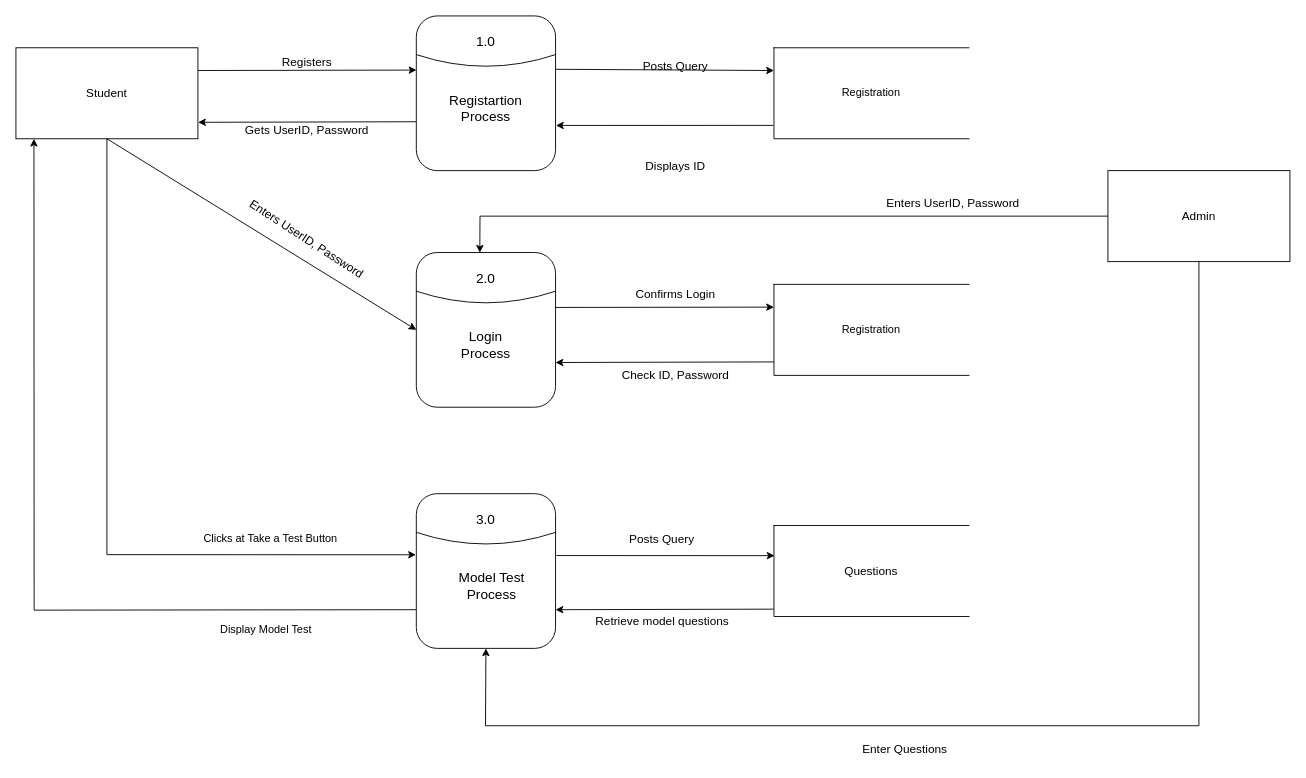
The draw.io diagram static/Project Diagram/DFD - Level 1.drawio in sainisoftravi/online_entrance, before the edit. Source tidied: cells renumbered, new cells numbered last; positions are measured from the earlier drawing's top-left corner, leaving out a move shared by most shapes. Both pictures are drawn from the tidied source at 91%, with x=0, y=0 at pixel (15, 15).
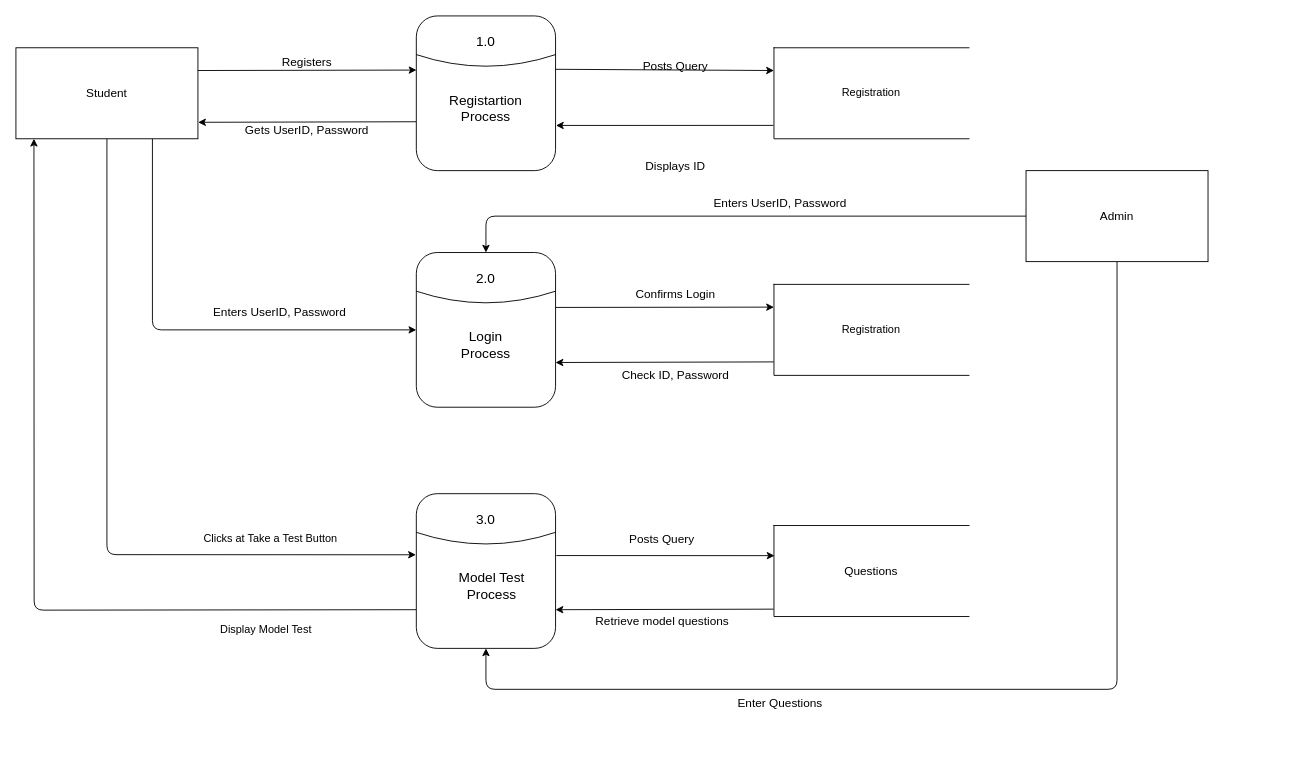
After the change.

The change refers to these unchanged cells:
```xml
<mxCell id="2" value="&lt;font style=&quot;font-size: 13px;&quot;&gt;Student&lt;/font&gt;" style="rounded=0;whiteSpace=wrap;html=1;" parent="1" vertex="1">
  <mxGeometry y="35" width="200" height="100" as="geometry" />
</mxCell>
<mxCell id="30" style="rounded=1;whiteSpace=wrap;html=1;" parent="29" vertex="1">
  <mxGeometry width="153" height="170" as="geometry" />
</mxCell>
<mxCell id="35" style="rounded=1;whiteSpace=wrap;html=1;" parent="34" vertex="1">
  <mxGeometry width="153" height="170" as="geometry" />
</mxCell>
```

The edit, as a diff of the source:
```diff
@@
+    <mxCell id="7" style="edgeStyle=orthogonalEdgeStyle;rounded=1;jettySize=auto;html=1;exitX=0.75;exitY=1;exitDx=0;exitDy=0;entryX=0;entryY=0.5;entryDx=0;entryDy=0;" parent="1" edge="1" source="2" target="30">
+      <mxGeometry relative="1" as="geometry" />
+    </mxCell>
@@
-    <mxCell id="7" style="endArrow=classic;html=1;rounded=0;exitX=0.5;exitY=1;exitDx=0;exitDy=0;entryX=0;entryY=0.5;entryDx=0;entryDy=0;" parent="1" edge="1" source="2" target="30">
-      <mxGeometry relative="1" as="geometry" />
-    </mxCell>
-    <mxCell id="8" value="&lt;font style=&quot;font-size: 13px;&quot;&gt;Enters UserID, Password&lt;/font&gt;" style="text;html=1;strokeColor=none;fillColor=none;align=center;verticalAlign=middle;whiteSpace=wrap;rounded=0;rotation=33;" parent="1" vertex="1">
-      <mxGeometry x="230" y="230" width="180" height="30" as="geometry" />
+    <mxCell id="8" value="&lt;font style=&quot;font-size: 13px;&quot;&gt;Enters UserID, Password&lt;/font&gt;" style="text;html=1;strokeColor=none;fillColor=none;align=center;verticalAlign=middle;whiteSpace=wrap;rounded=0;rotation=0;" parent="1" vertex="1">
+      <mxGeometry x="200" y="310" width="180" height="30" as="geometry" />
     </mxCell>
-    <mxCell id="9" style="endArrow=classic;html=1;rounded=0;exitX=0.5;exitY=1;exitDx=0;exitDy=0;entryX=-0.003;entryY=0.395;entryDx=0;entryDy=0;entryPerimeter=0;" parent="1" edge="1" source="2" target="35">
+    <mxCell id="9" style="endArrow=classic;html=1;rounded=1;exitX=0.5;exitY=1;exitDx=0;exitDy=0;entryX=-0.003;entryY=0.395;entryDx=0;entryDy=0;entryPerimeter=0;" parent="1" edge="1" source="2" target="35">
       <mxGeometry relative="1" as="geometry">
         <Array as="points">
           <mxPoint x="100" y="592" />
         </Array>
       </mxGeometry>
     </mxCell>
@@
-    <mxCell id="11" style="endArrow=classic;html=1;rounded=0;exitX=0;exitY=0.75;exitDx=0;exitDy=0;entryX=0.099;entryY=1;entryDx=0;entryDy=0;entryPerimeter=0;" parent="1" edge="1" source="35" target="2">
+    <mxCell id="11" style="endArrow=classic;html=1;rounded=1;exitX=0;exitY=0.75;exitDx=0;exitDy=0;entryX=0.099;entryY=1;entryDx=0;entryDy=0;entryPerimeter=0;" parent="1" edge="1" source="35" target="2">
       <mxGeometry relative="1" as="geometry">
         <Array as="points">
           <mxPoint x="20" y="653" />
         </Array>
       </mxGeometry>
     </mxCell>
@@
+    <mxCell id="46" style="edgeStyle=orthogonalEdgeStyle;rounded=1;jettySize=auto;html=1;exitX=0.5;exitY=1;exitDx=0;exitDy=0;entryX=0.5;entryY=1;entryDx=0;entryDy=0;" parent="1" edge="1" source="43" target="35">
+      <mxGeometry relative="1" as="geometry">
+        <Array as="points">
+          <mxPoint x="1210" y="740" />
+          <mxPoint x="517" y="740" />
+        </Array>
+      </mxGeometry>
+    </mxCell>
+    <mxCell id="44" style="edgeStyle=orthogonalEdgeStyle;rounded=1;jettySize=auto;html=1;exitX=0;exitY=0.5;exitDx=0;exitDy=0;entryX=0.5;entryY=0;entryDx=0;entryDy=0;" parent="1" edge="1" source="43" target="30">
+      <mxGeometry relative="1" as="geometry" />
+    </mxCell>
     <mxCell id="43" value="&lt;font style=&quot;font-size: 13px;&quot;&gt;Admin&lt;/font&gt;" style="rounded=0;whiteSpace=wrap;html=1;" parent="1" vertex="1">
-      <mxGeometry x="1200" y="170" width="200" height="100" as="geometry" />
+      <mxGeometry x="1110" y="170" width="200" height="100" as="geometry" />
     </mxCell>
-    <mxCell id="44" style="endArrow=classic;html=1;rounded=0;exitX=0;exitY=0.5;exitDx=0;exitDy=0;entryX=0.456;entryY=0.001;entryDx=0;entryDy=0;entryPerimeter=0;" parent="1" edge="1" source="43" target="30">
-      <mxGeometry relative="1" as="geometry">
-        <Array as="points">
-          <mxPoint x="510" y="220" />
-        </Array>
-      </mxGeometry>
-    </mxCell>
     <mxCell id="45" value="&lt;font style=&quot;font-size: 13px;&quot;&gt;Enters UserID, Password&lt;/font&gt;" style="text;html=1;strokeColor=none;fillColor=none;align=center;verticalAlign=middle;whiteSpace=wrap;rounded=0;rotation=0;" parent="1" vertex="1">
-      <mxGeometry x="940" y="190" width="180" height="30" as="geometry" />
+      <mxGeometry x="750" y="190" width="180" height="30" as="geometry" />
     </mxCell>
-    <mxCell id="46" style="endArrow=classic;html=1;rounded=0;exitX=0.5;exitY=1;exitDx=0;exitDy=0;entryX=0.5;entryY=1;entryDx=0;entryDy=0;" parent="1" edge="1" source="43" target="35">
-      <mxGeometry relative="1" as="geometry">
-        <Array as="points">
-          <mxPoint x="1300" y="780" />
-          <mxPoint x="516" y="780" />
-        </Array>
-      </mxGeometry>
-    </mxCell>
     <mxCell id="47" value="&lt;font style=&quot;font-size: 13px;&quot;&gt;Enter Questions&lt;/font&gt;" style="text;html=1;strokeColor=none;fillColor=none;align=center;verticalAlign=middle;whiteSpace=wrap;rounded=0;" parent="1" vertex="1">
-      <mxGeometry x="907.3" y="790" width="140" height="30" as="geometry" />
+      <mxGeometry x="770" y="740" width="140" height="30" as="geometry" />
     </mxCell>
```
